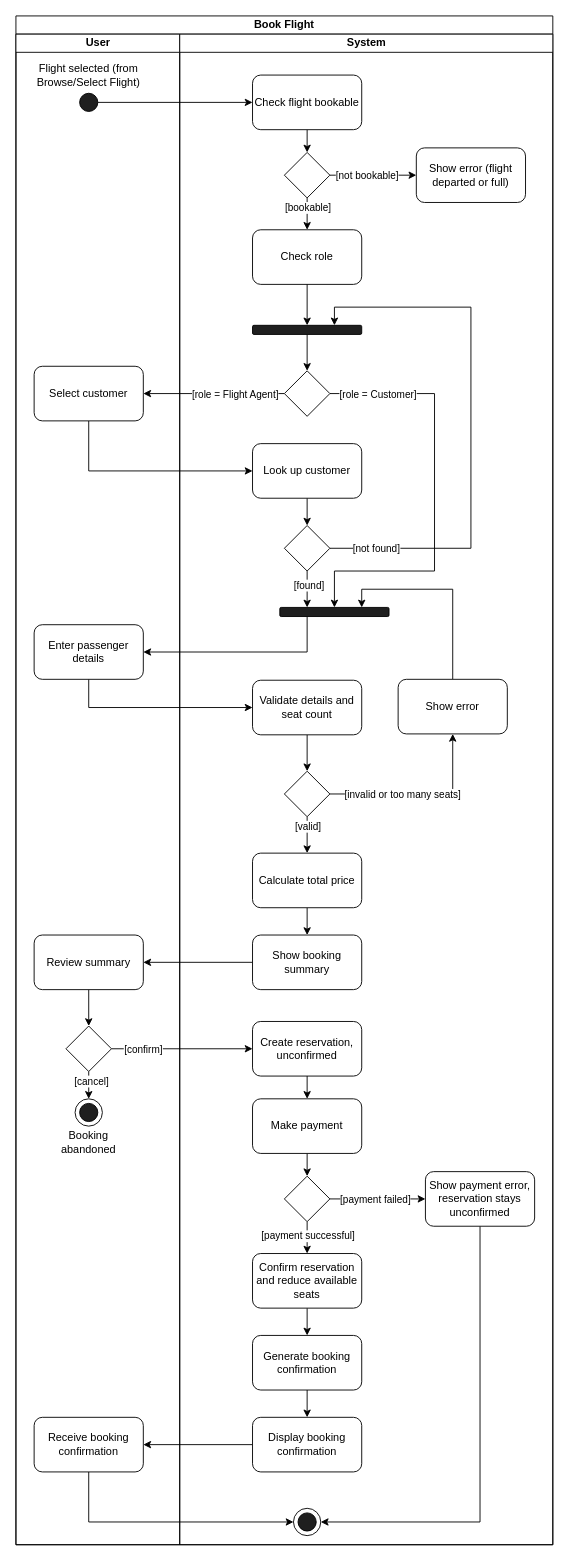
The draw.io diagram diagrams/BookFlightActivityDiagramV2.drawio in EricTHallett/ENSF-480-Term-Project, before the edit. Source tidied: cells renumbered, new cells numbered last; positions are measured from the earlier drawing's top-left corner, leaving out a move shared by most shapes. Both pictures are drawn from the tidied source at 91%, with x=0, y=0 at pixel (15, 15).
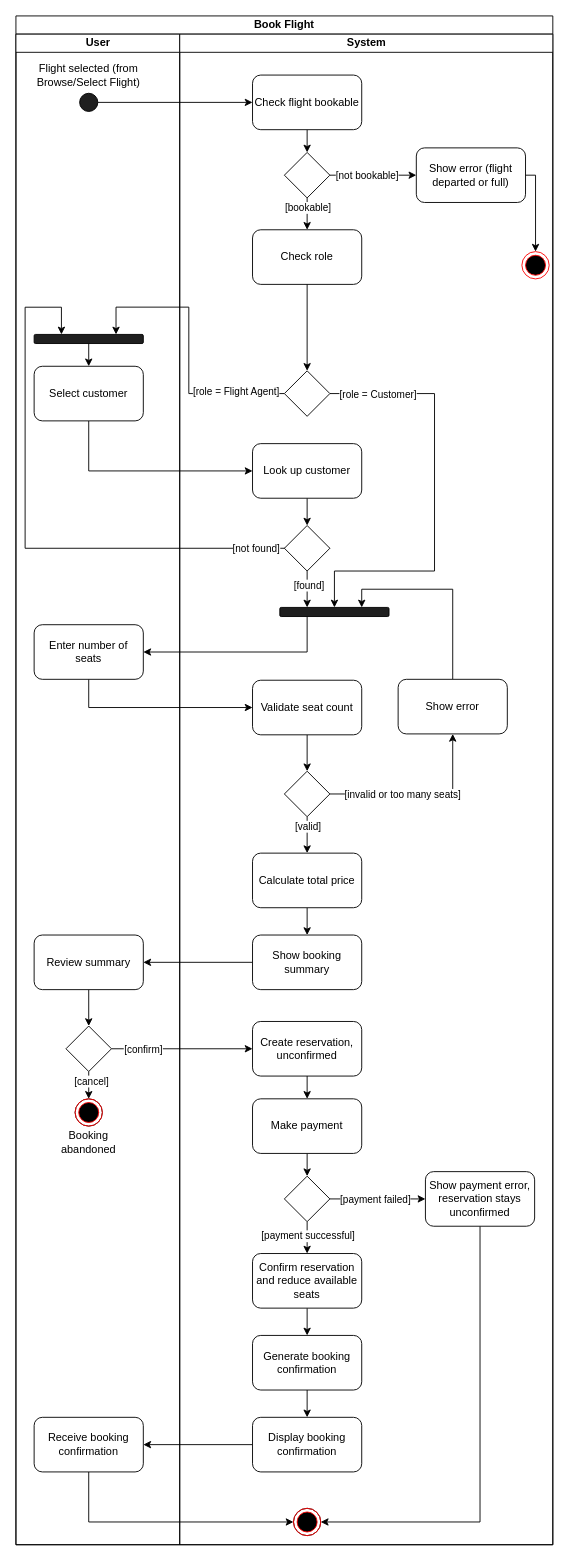
Above is the later version.

Commit message (it also covers changes not shown here):
Made small changes to the Booking flight activity chart. Modified the path of one of the connections, and modified the naming of some parts of the process.

The change refers to these unchanged cells:
```xml
<mxCell id="11" value="&lt;div&gt;Show error (flight departed or full)&lt;/div&gt;" style="rounded=1;whiteSpace=wrap;html=1;" parent="1" vertex="1">
  <mxGeometry x="440" y="145" width="120" height="60" as="geometry" />
</mxCell>
<mxCell id="12" value="Check role" style="rounded=1;whiteSpace=wrap;html=1;" parent="1" vertex="1">
  <mxGeometry x="260" y="235" width="120" height="60" as="geometry" />
</mxCell>
<mxCell id="20" style="rhombus;whiteSpace=wrap;html=1;direction=south;" parent="1" vertex="1">
  <mxGeometry x="295" y="390" width="50" height="50" as="geometry" />
</mxCell>
<mxCell id="22" value="Select customer" style="rounded=1;whiteSpace=wrap;html=1;" parent="1" vertex="1">
  <mxGeometry x="20" y="385" width="120" height="60" as="geometry" />
</mxCell>
<mxCell id="29" style="rhombus;whiteSpace=wrap;html=1;" parent="1" vertex="1">
  <mxGeometry x="295" y="560" width="50" height="50" as="geometry" />
</mxCell>
<mxCell id="82" value="User" style="swimlane;html=1;startSize=20;" parent="81" vertex="1">
  <mxGeometry y="20" width="180" height="1660" as="geometry" />
</mxCell>
<mxCell id="83" value="System" style="swimlane;html=1;startSize=20;" parent="81" vertex="1">
  <mxGeometry x="180" y="20" width="410" height="1660" as="geometry" />
</mxCell>
```

Change to the diagram source:
```diff
@@
-    <mxCell id="13" style="edgeStyle=orthogonalEdgeStyle;rounded=0;jettySize=auto;html=1;exitX=0.5;exitY=1;exitDx=0;exitDy=0;entryX=0.5;entryY=0;entryDx=0;entryDy=0;" parent="1" edge="1" source="12" target="15">
+    <mxCell id="13" style="edgeStyle=orthogonalEdgeStyle;rounded=0;jettySize=auto;html=1;exitX=0.5;exitY=1;exitDx=0;exitDy=0;entryX=0;entryY=0.5;entryDx=0;entryDy=0;" parent="1" edge="1" source="12" target="20">
       <mxGeometry relative="1" as="geometry" />
     </mxCell>
-    <mxCell id="14" style="edgeStyle=orthogonalEdgeStyle;rounded=0;jettySize=auto;html=1;exitX=0.5;exitY=1;exitDx=0;exitDy=0;entryX=0;entryY=0.5;entryDx=0;entryDy=0;" parent="1" edge="1" source="15" target="20">
-      <mxGeometry relative="1" as="geometry" />
-    </mxCell>
-    <mxCell id="15" style="rounded=1;whiteSpace=wrap;html=1;fillColor=#1F1F1F;" parent="1" vertex="1">
-      <mxGeometry x="260" y="340" width="120" height="10" as="geometry" />
-    </mxCell>
-    <mxCell id="16" style="edgeStyle=orthogonalEdgeStyle;rounded=0;jettySize=auto;html=1;exitX=0.5;exitY=1;exitDx=0;exitDy=0;entryX=1;entryY=0.5;entryDx=0;entryDy=0;" parent="1" edge="1" source="20" target="22">
-      <mxGeometry relative="1" as="geometry" />
+    <mxCell id="16" style="edgeStyle=orthogonalEdgeStyle;rounded=0;jettySize=auto;html=1;exitX=0.5;exitY=1;exitDx=0;exitDy=0;entryX=0.75;entryY=0;entryDx=0;entryDy=0;" parent="1" edge="1" source="20" target="15">
+      <mxGeometry relative="1" as="geometry">
+        <Array as="points">
+          <mxPoint x="190" y="415" />
+          <mxPoint x="190" y="320" />
+          <mxPoint x="110" y="320" />
+        </Array>
+      </mxGeometry>
     </mxCell>
     <mxCell id="17" value="[role = Flight Agent]" style="edgeLabel;html=1;align=center;verticalAlign=middle;" parent="16" vertex="1">
       <mxGeometry x="0.06" y="3" relative="1" as="geometry">
-        <mxPoint x="27" y="-3" as="offset" />
+        <mxPoint x="54" y="56" as="offset" />
       </mxGeometry>
     </mxCell>
@@
-    <mxCell id="25" style="edgeStyle=orthogonalEdgeStyle;rounded=0;jettySize=auto;html=1;exitX=1;exitY=0.5;exitDx=0;exitDy=0;entryX=0.75;entryY=0;entryDx=0;entryDy=0;" parent="1" edge="1" source="29" target="15">
+    <mxCell id="25" style="edgeStyle=orthogonalEdgeStyle;rounded=0;jettySize=auto;html=1;exitX=1;exitY=0.5;exitDx=0;exitDy=0;entryX=0.25;entryY=0;entryDx=0;entryDy=0;" parent="1" edge="1" source="29" target="15">
       <mxGeometry relative="1" as="geometry">
         <Array as="points">
-          <mxPoint x="500" y="585" />
-          <mxPoint x="500" y="320" />
-          <mxPoint x="350" y="320" />
+          <mxPoint x="10.1" y="585" />
+          <mxPoint x="10.1" y="320.1" />
+          <mxPoint x="50" y="320.1" />
         </Array>
       </mxGeometry>
     </mxCell>
     <mxCell id="26" value="[not found]" style="edgeLabel;html=1;align=center;verticalAlign=middle;" parent="25" vertex="1">
       <mxGeometry x="-0.91" y="3" relative="1" as="geometry">
-        <mxPoint x="23" y="3" as="offset" />
+        <mxPoint x="-52" y="-3" as="offset" />
       </mxGeometry>
     </mxCell>
@@
-    <mxCell id="33" value="Enter passenger details" style="rounded=1;whiteSpace=wrap;html=1;" parent="1" vertex="1">
+    <mxCell id="33" value="Enter number of seats" style="rounded=1;whiteSpace=wrap;html=1;" parent="1" vertex="1">
       <mxGeometry x="20" y="669" width="120" height="60" as="geometry" />
     </mxCell>
@@
-    <mxCell id="35" value="Validate details and seat count" style="rounded=1;whiteSpace=wrap;html=1;" parent="1" vertex="1">
+    <mxCell id="35" value="Validate&amp;nbsp;&lt;span style=&quot;background-color: transparent; color: light-dark(rgb(0, 0, 0), rgb(255, 255, 255));&quot;&gt;seat count&lt;/span&gt;" style="rounded=1;whiteSpace=wrap;html=1;" parent="1" vertex="1">
       <mxGeometry x="260" y="730" width="120" height="60" as="geometry" />
     </mxCell>
@@
+    <mxCell id="15" style="rounded=1;whiteSpace=wrap;html=1;fillColor=#1F1F1F;" parent="82" vertex="1">
+      <mxGeometry x="20" y="330" width="120" height="10" as="geometry" />
+    </mxCell>
+    <mxCell id="84" style="ellipse;html=1;shape=endState;fillColor=#000000;strokeColor=#ff0000;" parent="82" vertex="1">
+      <mxGeometry x="65" y="1170" width="30" height="30" as="geometry" />
+    </mxCell>
@@
+    <mxCell id="85" style="ellipse;html=1;shape=endState;fillColor=#000000;strokeColor=#ff0000;" parent="83" vertex="1">
+      <mxGeometry x="376" y="239" width="30" height="30" as="geometry" />
+    </mxCell>
+    <mxCell id="86" style="ellipse;html=1;shape=endState;fillColor=#000000;strokeColor=#ff0000;" parent="83" vertex="1">
+      <mxGeometry x="125" y="1620" width="30" height="30" as="geometry" />
+    </mxCell>
+    <mxCell id="87" style="endArrow=classic;html=1;rounded=0;exitX=0.5;exitY=1;exitDx=0;exitDy=0;entryX=0.5;entryY=0;entryDx=0;entryDy=0;" parent="1" edge="1" source="15" target="22">
+      <mxGeometry relative="1" as="geometry" />
+    </mxCell>
+    <mxCell id="88" style="edgeStyle=orthogonalEdgeStyle;rounded=0;jettySize=auto;html=1;exitX=1;exitY=0.5;exitDx=0;exitDy=0;entryX=0.5;entryY=0;entryDx=0;entryDy=0;" parent="1" edge="1" source="11" target="85">
+      <mxGeometry relative="1" as="geometry">
+        <Array as="points">
+          <mxPoint x="571" y="175" />
+        </Array>
+      </mxGeometry>
+    </mxCell>
```
